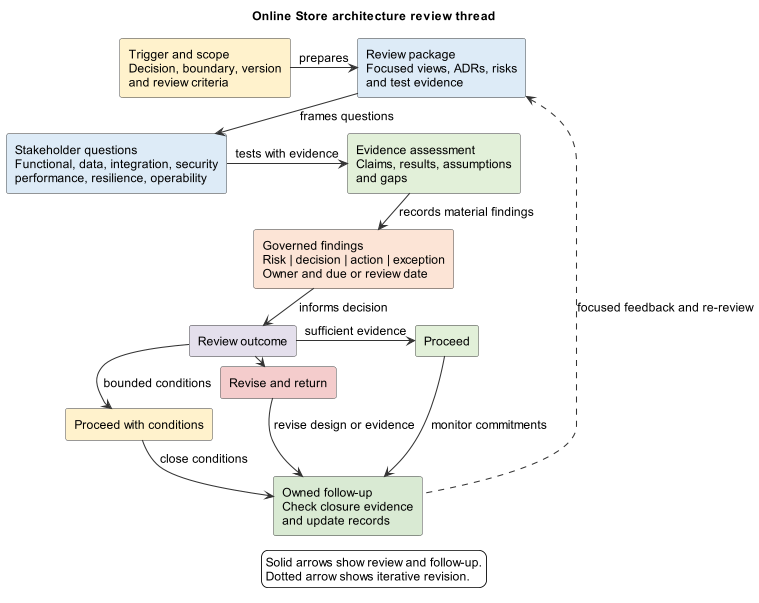
The PlantUML diagram diagrams/exported/png/FIG-28-01-online-store-architecture-review-thread.png in nishikanttiwari01/Architecture_Modelling, before a commit.
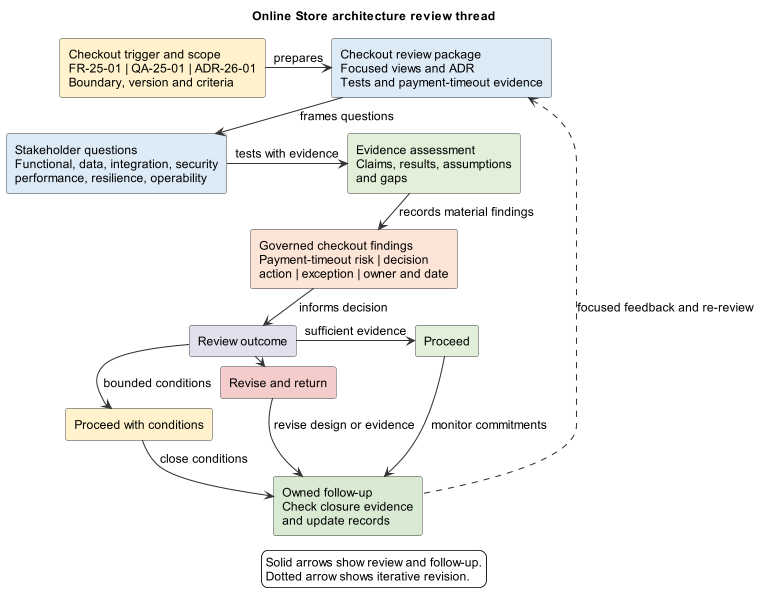
The same file after the commit.

Commit message:
Review Part IV consistency

Change to the diagram source:
```diff
@@ -6,11 +6,11 @@
 skinparam nodesep 18
 skinparam ranksep 24
 skinparam defaultFontSize 14
-rectangle "Trigger and scope\nDecision, boundary, version\nand review criteria" as S #FFF2CC
-rectangle "Review package\nFocused views, ADRs, risks\nand test evidence" as P #DDEBF7
+rectangle "Checkout trigger and scope\nFR-25-01 | QA-25-01 | ADR-26-01\nBoundary, version and criteria" as S #FFF2CC
+rectangle "Checkout review package\nFocused views and ADR\nTests and payment-timeout evidence" as P #DDEBF7
 rectangle "Stakeholder questions\nFunctional, data, integration, security\nperformance, resilience, operability" as Q #DDEBF7
 rectangle "Evidence assessment\nClaims, results, assumptions\nand gaps" as E #E2F0D9
-rectangle "Governed findings\nRisk | decision | action | exception\nOwner and due or review date" as F #FCE4D6
+rectangle "Governed checkout findings\nPayment-timeout risk | decision\naction | exception | owner and date" as F #FCE4D6
 rectangle "Review outcome" as O #E4DFEC
 rectangle "Proceed" as A #E2F0D9
 rectangle "Proceed with conditions" as C #FFF2CC
```
